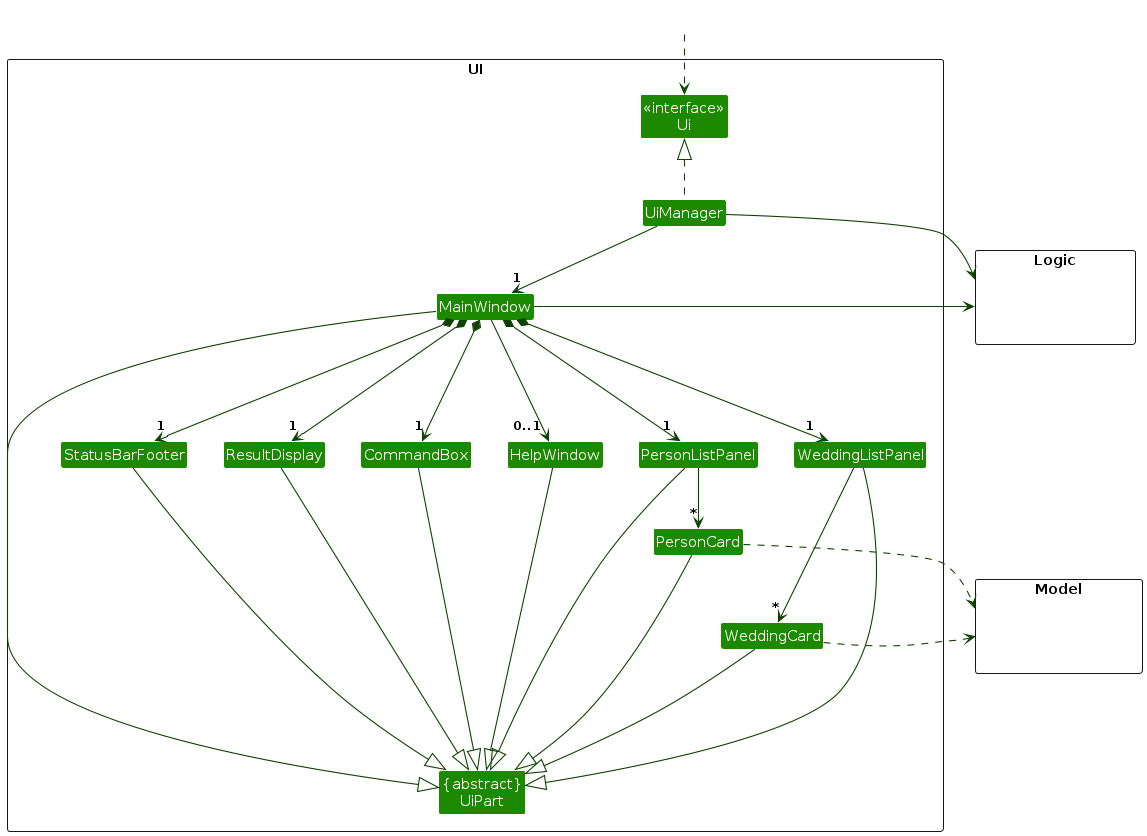
This is diagrams/UiClassDiagram.png from AY2425S1-CS2103T-T12-2/tp, a PlantUML export, as it was before one commit. Its source is kept beside it as diagrams/UiClassDiagram.puml.
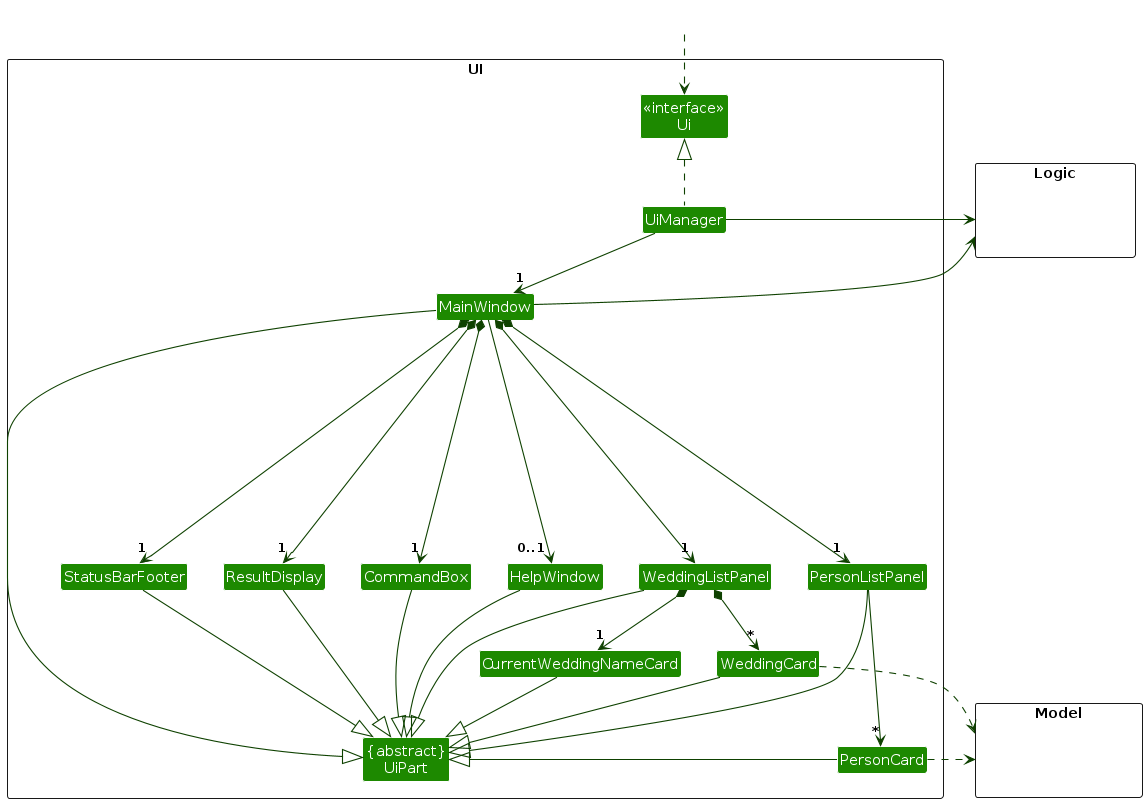
After the commit.

Change to the diagram source:
```diff
@@ -14,6 +14,7 @@
 Class PersonListPanel
 Class PersonCard
 Class WeddingListPanel
+Class CurrentWeddingNameCard
 Class WeddingCard
 Class StatusBarFooter
 Class CommandBox
@@ -34,32 +35,34 @@
 UiManager -down-> "1" MainWindow
 MainWindow *-down->  "1" CommandBox
 MainWindow *-down-> "1" ResultDisplay
-MainWindow *-down-> "1" PersonListPanel
+MainWindow *-down----> "1" PersonListPanel
 MainWindow *-down-> "1" WeddingListPanel
 MainWindow *-down-> "1" StatusBarFooter
-MainWindow ---> "0..1" HelpWindow
+MainWindow -> "0..1" HelpWindow
 
-PersonListPanel -down-> "*" PersonCard
-WeddingListPanel -down-> "*" WeddingCard
+PersonListPanel -down--> "*" PersonCard
+WeddingListPanel *-down-> "*" WeddingCard
+WeddingListPanel *-down-> "1" CurrentWeddingNameCard
 
 MainWindow -|> UiPart
 
 ResultDisplay -|> UiPart
 CommandBox -|> UiPart
 PersonListPanel -|> UiPart
-PersonCard ----|> UiPart
+PersonCard -|> UiPart
 WeddingListPanel -|> UiPart
-WeddingCard --|> UiPart
+CurrentWeddingNameCard --|> UiPart
+WeddingCard -|> UiPart
 StatusBarFooter -|> UiPart
 HelpWindow -|> UiPart
 
 PersonCard .right.> Model
 WeddingCard .right.> Model
 UiManager -right-> Logic
-MainWindow -left-> Logic
+MainWindow -up-> Logic
 
-WeddingListPanel -[hidden]left- PersonListPanel
-PersonListPanel -[hidden]left- HelpWindow
+PersonListPanel -[hidden]left-WeddingListPanel
+WeddingListPanel -[hidden]left- HelpWindow
 HelpWindow -[hidden]left- CommandBox
 CommandBox -[hidden]left- ResultDisplay
 ResultDisplay -[hidden]left- StatusBarFooter
```
